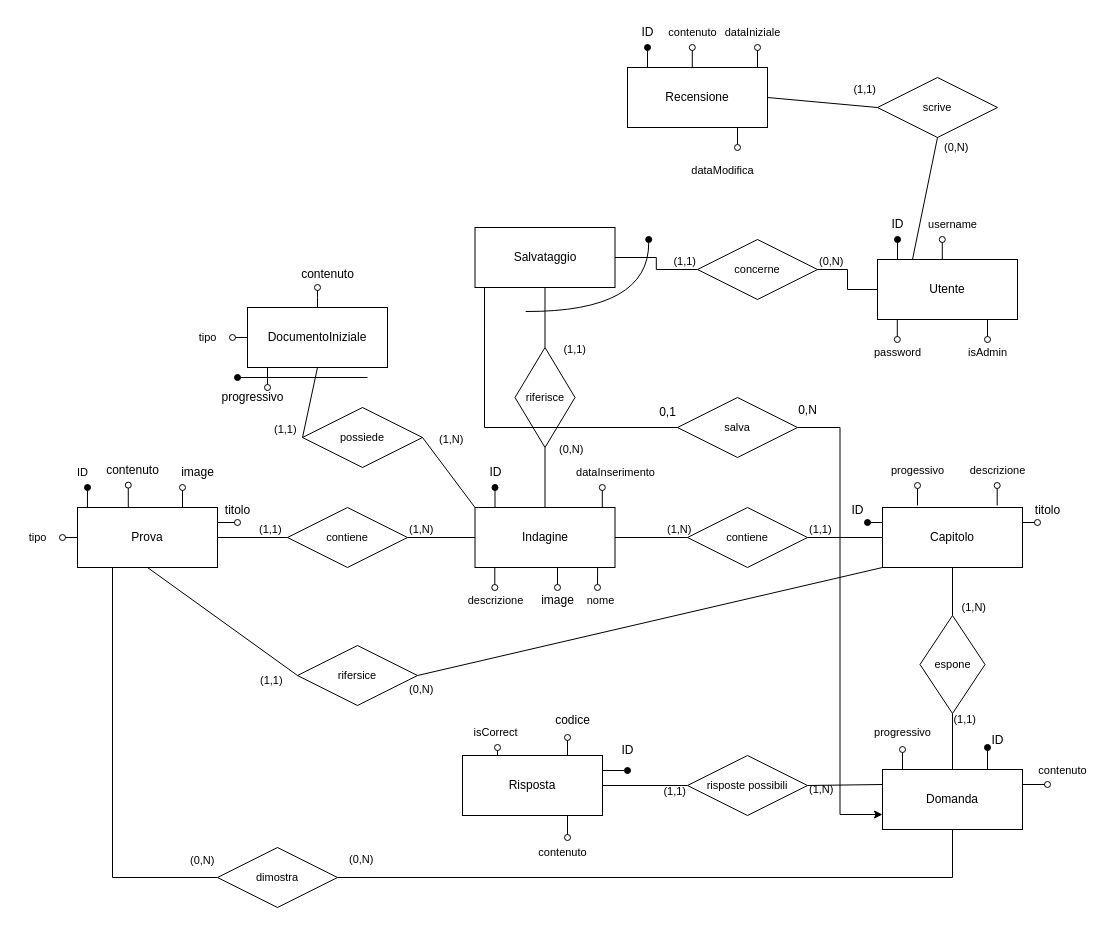
The draw.io diagram database/TecWeb.drawio in samuele-visentin/unipd-TecWeb, before the edit. Source tidied: cells renumbered, new cells numbered last; positions are measured from the earlier drawing's top-left corner, leaving out a move shared by most shapes. Both pictures are drawn from the tidied source at 100%, with x=0, y=0 at pixel (17, 17).
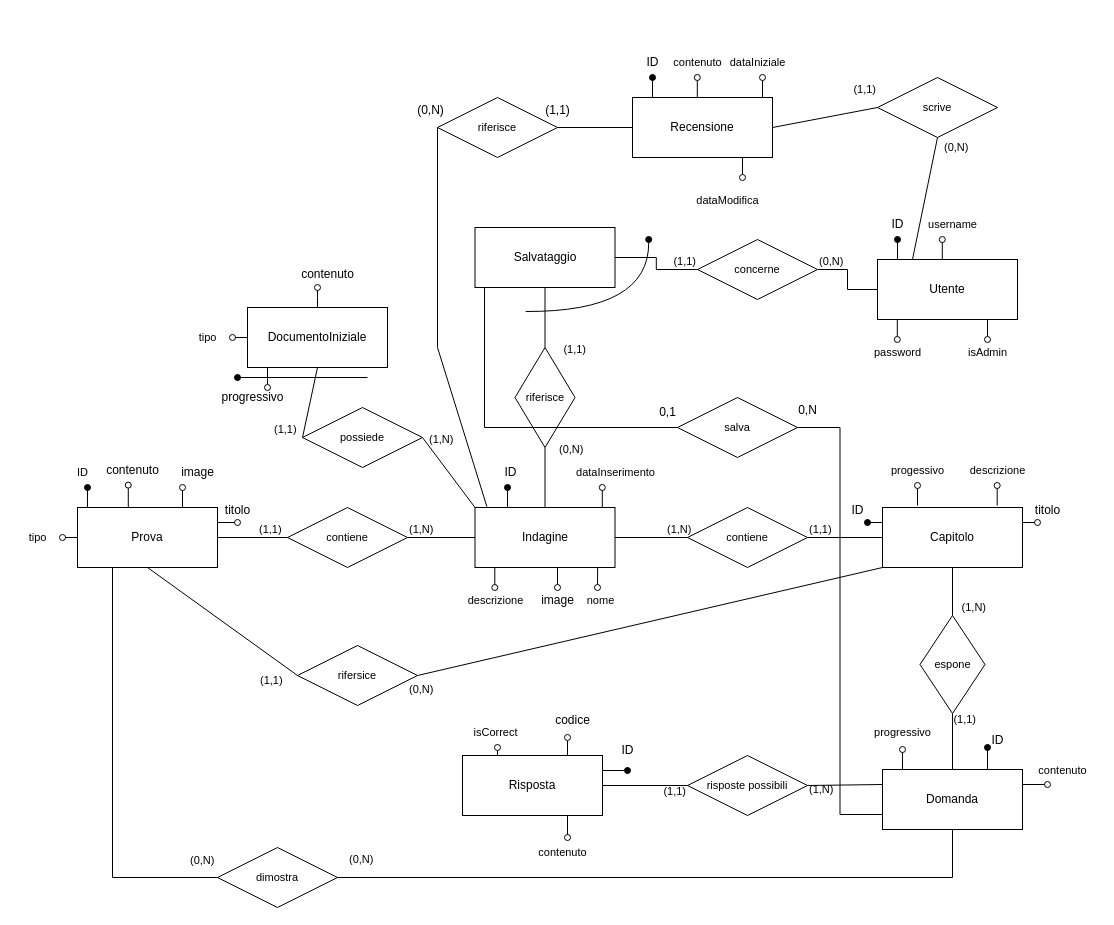
The same diagram, later.

Unchanged cells that the change refers to:
```xml
<mxCell id="13" value="Indagine" style="whiteSpace=wrap;html=1;align=center;" parent="1" vertex="1">
  <mxGeometry x="457.5" y="490" width="140" height="60" as="geometry" />
</mxCell>
<mxCell id="32" value="Domanda" style="whiteSpace=wrap;html=1;align=center;" parent="1" vertex="1">
  <mxGeometry x="865" y="752" width="140" height="60" as="geometry" />
</mxCell>
<mxCell id="131" value="salva" style="shape=rhombus;perimeter=rhombusPerimeter;whiteSpace=wrap;html=1;align=center;fontFamily=Helvetica;fontSize=11;fontColor=default;" parent="1" vertex="1">
  <mxGeometry x="660" y="380" width="120" height="60" as="geometry" />
</mxCell>
```

Change to the diagram source:
```diff
@@
     <mxCell id="11" style="rounded=0;orthogonalLoop=1;jettySize=auto;html=1;endArrow=oval;endFill=1;" parent="1" edge="1">
       <mxGeometry relative="1" as="geometry">
-        <mxPoint x="477.5" y="490" as="sourcePoint" />
-        <mxPoint x="477.5" y="470" as="targetPoint" />
+        <mxPoint x="490" y="490" as="sourcePoint" />
+        <mxPoint x="490" y="470" as="targetPoint" />
       </mxGeometry>
     </mxCell>
@@
     <mxCell id="14" value="ID" style="text;html=1;align=center;verticalAlign=middle;strokeColor=none;fillColor=none;" parent="1" vertex="1">
-      <mxGeometry x="457.5" y="440" width="40" height="30" as="geometry" />
+      <mxGeometry x="472.5" y="440" width="40" height="30" as="geometry" />
     </mxCell>
@@
     <mxCell id="94" value="(1,N)" style="html=1;whiteSpace=wrap;align=left;verticalAlign=bottom;fontFamily=Helvetica;fontSize=11;fontColor=default;" parent="1" vertex="1">
-      <mxGeometry x="420" y="430" as="geometry" />
+      <mxGeometry x="410" y="430" as="geometry" />
     </mxCell>
@@
     <mxCell id="98" style="rounded=0;orthogonalLoop=1;jettySize=auto;html=1;endArrow=oval;endFill=1;" parent="1" edge="1">
       <mxGeometry relative="1" as="geometry">
-        <mxPoint x="630" y="50" as="sourcePoint" />
-        <mxPoint x="630" y="30" as="targetPoint" />
+        <mxPoint x="635" y="80" as="sourcePoint" />
+        <mxPoint x="635" y="60" as="targetPoint" />
       </mxGeometry>
     </mxCell>
     <mxCell id="99" value="Recensione" style="whiteSpace=wrap;html=1;align=center;" parent="1" vertex="1">
-      <mxGeometry x="610" y="50" width="140" height="60" as="geometry" />
+      <mxGeometry x="615" y="80" width="140" height="60" as="geometry" />
     </mxCell>
     <mxCell id="100" value="ID" style="text;html=1;align=center;verticalAlign=middle;strokeColor=none;fillColor=none;" parent="1" vertex="1">
-      <mxGeometry x="610" width="40" height="30" as="geometry" />
+      <mxGeometry x="615" y="30" width="40" height="30" as="geometry" />
     </mxCell>
     <mxCell id="101" style="rounded=0;orthogonalLoop=1;jettySize=auto;html=1;endArrow=oval;endFill=0;" parent="1" edge="1">
       <mxGeometry relative="1" as="geometry">
-        <mxPoint x="674.8" y="50" as="sourcePoint" />
-        <mxPoint x="674.8" y="30" as="targetPoint" />
+        <mxPoint x="679.8" y="80" as="sourcePoint" />
+        <mxPoint x="679.8" y="60" as="targetPoint" />
       </mxGeometry>
     </mxCell>
     <mxCell id="102" value="contenuto" style="text;html=1;align=center;verticalAlign=middle;strokeColor=none;fillColor=none;fontSize=11;fontFamily=Helvetica;fontColor=default;" parent="1" vertex="1">
-      <mxGeometry x="640" width="70" height="30" as="geometry" />
+      <mxGeometry x="645" y="30" width="70" height="30" as="geometry" />
     </mxCell>
     <mxCell id="103" style="rounded=0;orthogonalLoop=1;jettySize=auto;html=1;endArrow=oval;endFill=0;" parent="1" edge="1">
       <mxGeometry relative="1" as="geometry">
-        <mxPoint x="740" y="50" as="sourcePoint" />
-        <mxPoint x="740" y="30" as="targetPoint" />
+        <mxPoint x="745" y="80" as="sourcePoint" />
+        <mxPoint x="745" y="60" as="targetPoint" />
       </mxGeometry>
     </mxCell>
     <mxCell id="104" value="dataIniziale" style="text;html=1;align=center;verticalAlign=middle;strokeColor=none;fillColor=none;fontSize=11;fontFamily=Helvetica;fontColor=default;" parent="1" vertex="1">
-      <mxGeometry x="695" width="80" height="30" as="geometry" />
+      <mxGeometry x="700" y="30" width="80" height="30" as="geometry" />
     </mxCell>
     <mxCell id="105" style="rounded=0;orthogonalLoop=1;jettySize=auto;html=1;endArrow=oval;endFill=0;" parent="1" edge="1">
       <mxGeometry relative="1" as="geometry">
-        <mxPoint x="720" y="110" as="sourcePoint" />
-        <mxPoint x="720" y="130" as="targetPoint" />
+        <mxPoint x="725" y="140" as="sourcePoint" />
+        <mxPoint x="725" y="160" as="targetPoint" />
       </mxGeometry>
     </mxCell>
     <mxCell id="106" value="dataModifica" style="text;html=1;align=center;verticalAlign=middle;strokeColor=none;fillColor=none;fontSize=11;fontFamily=Helvetica;fontColor=default;" parent="1" vertex="1">
-      <mxGeometry x="660" y="138" width="90" height="30" as="geometry" />
+      <mxGeometry x="665" y="168" width="90" height="30" as="geometry" />
     </mxCell>
@@
-    <mxCell id="130" style="edgeStyle=orthogonalEdgeStyle;rounded=0;jettySize=auto;html=1;exitX=1;exitY=0.5;exitDx=0;exitDy=0;entryX=0;entryY=0.75;entryDx=0;entryDy=0;" parent="1" edge="1" source="131" target="32">
+    <mxCell id="130" style="edgeStyle=orthogonalEdgeStyle;rounded=0;jettySize=auto;html=1;exitX=1;exitY=0.5;exitDx=0;exitDy=0;entryX=0;entryY=0.75;entryDx=0;entryDy=0;endArrow=none;endFill=0;" parent="1" edge="1" source="131" target="32">
       <mxGeometry relative="1" as="geometry" />
     </mxCell>
@@
+    <mxCell id="135" value="riferisce" style="shape=rhombus;perimeter=rhombusPerimeter;whiteSpace=wrap;html=1;align=center;fontFamily=Helvetica;fontSize=11;fontColor=default;" parent="1" vertex="1">
+      <mxGeometry x="420" y="80" width="120" height="60" as="geometry" />
+    </mxCell>
+    <mxCell id="136" style="edgeStyle=orthogonalEdgeStyle;shape=connector;rounded=0;jettySize=auto;html=1;exitX=0;exitY=0.5;exitDx=0;exitDy=0;entryX=1;entryY=0.5;entryDx=0;entryDy=0;labelBackgroundColor=default;strokeColor=default;align=center;verticalAlign=middle;fontFamily=Helvetica;fontSize=11;fontColor=default;endArrow=none;endFill=0;" parent="1" edge="1" source="99" target="135">
+      <mxGeometry relative="1" as="geometry" />
+    </mxCell>
+    <mxCell id="137" style="shape=connector;rounded=0;jettySize=auto;html=1;exitX=0.085;exitY=-0.014;exitDx=0;exitDy=0;entryX=0;entryY=0.5;entryDx=0;entryDy=0;labelBackgroundColor=default;strokeColor=default;align=center;verticalAlign=middle;fontFamily=Helvetica;fontSize=11;fontColor=default;endArrow=none;endFill=0;exitPerimeter=0;" parent="1" edge="1" source="13" target="135">
+      <mxGeometry relative="1" as="geometry">
+        <Array as="points">
+          <mxPoint x="420" y="330" />
+        </Array>
+      </mxGeometry>
+    </mxCell>
+    <mxCell id="138" value="(1,1)" style="text;html=1;align=center;verticalAlign=middle;strokeColor=none;fillColor=none;" parent="1" vertex="1">
+      <mxGeometry x="515" y="78" width="50" height="30" as="geometry" />
+    </mxCell>
+    <mxCell id="139" value="(0,N)" style="text;html=1;align=center;verticalAlign=middle;strokeColor=none;fillColor=none;" parent="1" vertex="1">
+      <mxGeometry x="387.5" y="78" width="50" height="30" as="geometry" />
+    </mxCell>
```
